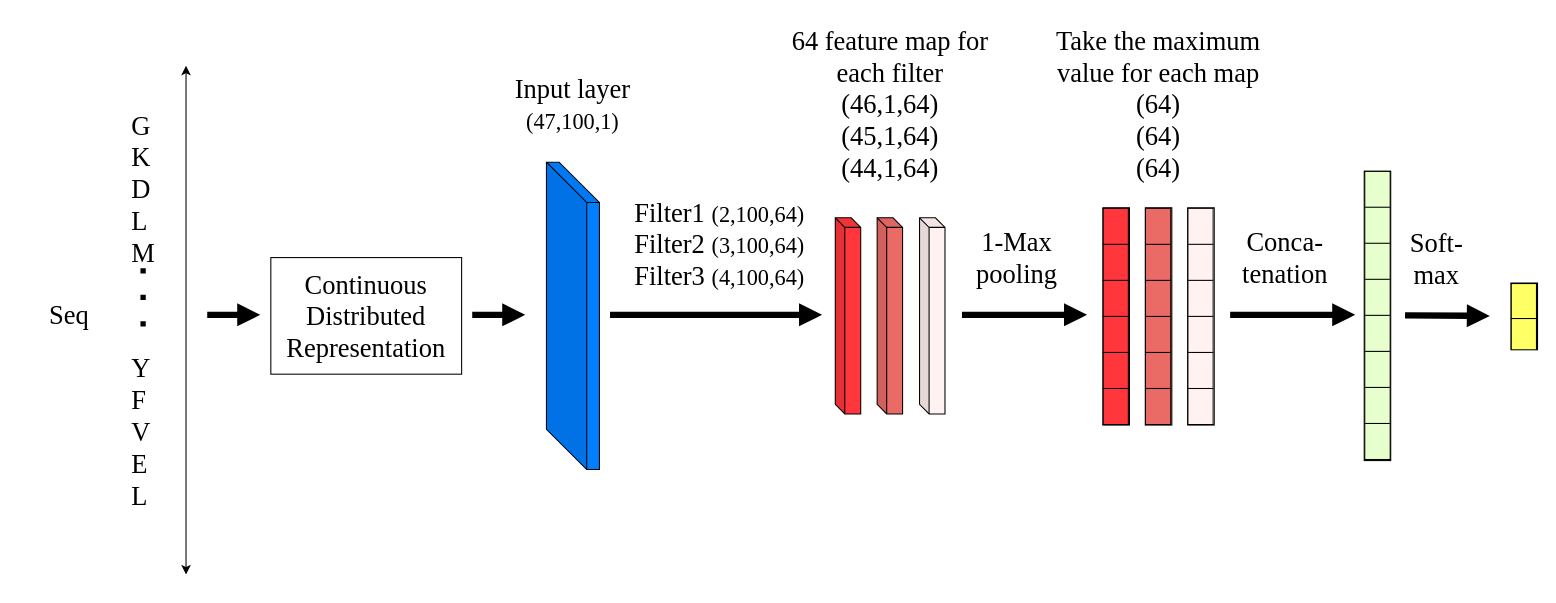
Earlier version of the draw.io diagram textcnn.drawio (chenjgui/Flow-chat). Source tidied: cells renumbered, new cells numbered last; positions are measured from the earlier drawing's top-left corner, leaving out a move shared by most shapes. Both pictures are drawn from the tidied source at 106%, with x=0, y=0 at pixel (37, 19).
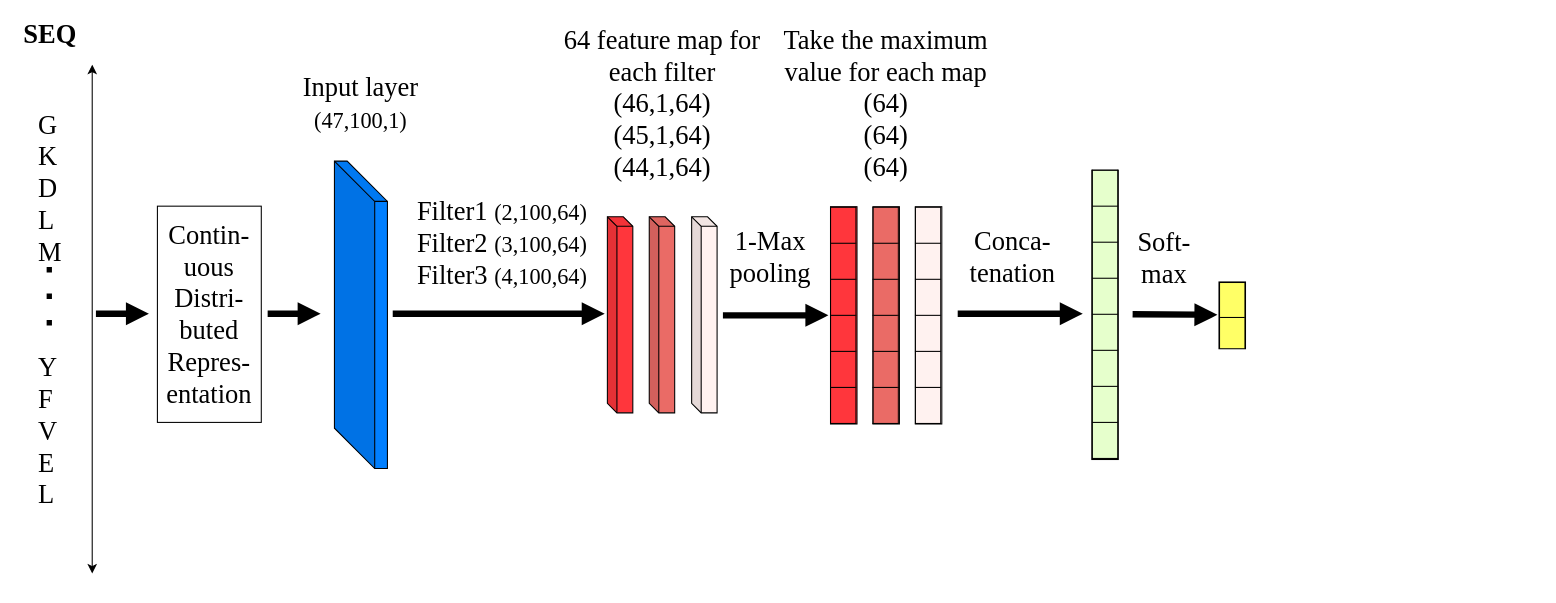
The same page after the edit.

What changed in the source:
```diff
@@
     <mxCell id="2" style="endArrow=classic;startArrow=classic;html=1;fontFamily=Times New Roman;" parent="1" edge="1">
       <mxGeometry relative="1" as="geometry">
-        <mxPoint x="140" y="523.5" as="sourcePoint" />
-        <mxPoint x="140" y="43.5" as="targetPoint" />
+        <mxPoint x="51.5" y="522.5" as="sourcePoint" />
+        <mxPoint x="51.5" y="42.5" as="targetPoint" />
       </mxGeometry>
     </mxCell>
-    <mxCell id="3" value="&lt;span&gt;&lt;font style=&quot;font-size: 25px&quot;&gt;Seq&lt;/font&gt;&lt;/span&gt;" style="text;html=1;strokeColor=none;fillColor=none;align=center;verticalAlign=middle;whiteSpace=wrap;rounded=0;fontFamily=Times New Roman;" parent="1" vertex="1">
-      <mxGeometry y="263.5" width="60" height="30" as="geometry" />
+    <mxCell id="3" value="&lt;span&gt;&lt;font style=&quot;font-size: 25px&quot;&gt;&lt;b&gt;SEQ&lt;/b&gt;&lt;/font&gt;&lt;/span&gt;" style="text;html=1;strokeColor=none;fillColor=none;align=center;verticalAlign=middle;whiteSpace=wrap;rounded=0;fontFamily=Times New Roman;" parent="1" vertex="1">
+      <mxGeometry x="-18.5" y="-1.5" width="60" height="30" as="geometry" />
     </mxCell>
     <mxCell id="4" value="&lt;div style=&quot;text-align: left ; font-size: 25px&quot;&gt;&lt;font style=&quot;font-size: 25px&quot;&gt;G&lt;/font&gt;&lt;/div&gt;&lt;div style=&quot;text-align: left ; font-size: 25px&quot;&gt;&lt;span&gt;&lt;font style=&quot;font-size: 25px&quot;&gt;K&lt;/font&gt;&lt;/span&gt;&lt;/div&gt;&lt;div style=&quot;text-align: left ; font-size: 25px&quot;&gt;&lt;span&gt;&lt;font style=&quot;font-size: 25px&quot;&gt;D&lt;/font&gt;&lt;/span&gt;&lt;/div&gt;&lt;div style=&quot;text-align: left ; font-size: 25px&quot;&gt;&lt;span&gt;&lt;font style=&quot;font-size: 25px&quot;&gt;L&lt;/font&gt;&lt;/span&gt;&lt;/div&gt;&lt;div style=&quot;text-align: left ; font-size: 25px&quot;&gt;&lt;span&gt;&lt;font style=&quot;font-size: 25px&quot;&gt;M&lt;/font&gt;&lt;/span&gt;&lt;/div&gt;&lt;div style=&quot;text-align: center ; font-size: 22px&quot;&gt;&lt;br&gt;&lt;/div&gt;&lt;div style=&quot;text-align: center ; font-size: 22px&quot;&gt;&lt;br&gt;&lt;/div&gt;&lt;div style=&quot;text-align: center ; font-size: 22px&quot;&gt;&lt;br&gt;&lt;/div&gt;&lt;div style=&quot;text-align: left&quot;&gt;&lt;font size=&quot;1&quot;&gt;&lt;span style=&quot;font-size: 25px&quot;&gt;Y&lt;/span&gt;&lt;/font&gt;&lt;/div&gt;&lt;div style=&quot;text-align: left ; font-size: 25px&quot;&gt;&lt;span&gt;&lt;font style=&quot;font-size: 25px&quot;&gt;F&lt;/font&gt;&lt;/span&gt;&lt;/div&gt;&lt;div style=&quot;text-align: left ; font-size: 25px&quot;&gt;&lt;span&gt;&lt;font style=&quot;font-size: 25px&quot;&gt;V&lt;/font&gt;&lt;/span&gt;&lt;/div&gt;&lt;div style=&quot;text-align: left ; font-size: 25px&quot;&gt;&lt;span&gt;&lt;font style=&quot;font-size: 25px&quot;&gt;E&lt;/font&gt;&lt;/span&gt;&lt;/div&gt;&lt;div style=&quot;text-align: left ; font-size: 25px&quot;&gt;&lt;font style=&quot;font-size: 25px&quot;&gt;L&lt;/font&gt;&lt;/div&gt;" style="text;html=1;strokeColor=none;fillColor=none;align=center;verticalAlign=top;whiteSpace=wrap;rounded=0;horizontal=1;fontFamily=Times New Roman;" parent="1" vertex="1">
-      <mxGeometry x="80" y="78.5" width="40" height="400" as="geometry" />
+      <mxGeometry x="-8.5" y="77.5" width="40" height="400" as="geometry" />
     </mxCell>
     <mxCell id="5" style="endArrow=none;dashed=1;html=1;fontStyle=1;fontSize=25;strokeWidth=5;dashPattern=1 4;startSize=6;sourcePerimeterSpacing=0;targetPerimeterSpacing=0;jumpStyle=none;fontFamily=Times New Roman;" parent="1" edge="1">
       <mxGeometry relative="1" as="geometry">
-        <mxPoint x="99.5" y="289.5" as="sourcePoint" />
-        <mxPoint x="99.5" y="229.5" as="targetPoint" />
+        <mxPoint x="11" y="288.5" as="sourcePoint" />
+        <mxPoint x="11" y="228.5" as="targetPoint" />
       </mxGeometry>
     </mxCell>
     <mxCell id="6" style="endArrow=block;html=1;strokeWidth=6;fontSize=25;endFill=1;fontFamily=Times New Roman;" parent="1" edge="1">
       <mxGeometry relative="1" as="geometry">
-        <mxPoint x="160" y="278.5" as="sourcePoint" />
-        <mxPoint x="210" y="278.5" as="targetPoint" />
+        <mxPoint x="55" y="277.5" as="sourcePoint" />
+        <mxPoint x="105" y="277.5" as="targetPoint" />
       </mxGeometry>
     </mxCell>
     <mxCell id="7" style="group;fontFamily=Times New Roman;" parent="1" vertex="1">
-      <mxGeometry x="220" y="224.5" width="180" height="110" as="geometry" />
+      <mxGeometry x="113" y="176" width="98" height="204" as="geometry" />
     </mxCell>
     <mxCell id="8" style="rounded=0;whiteSpace=wrap;html=1;fontSize=25;align=center;fontFamily=Times New Roman;" parent="7" vertex="1">
-      <mxGeometry width="180" height="110" as="geometry" />
+      <mxGeometry width="98" height="204" as="geometry" />
     </mxCell>
-    <mxCell id="9" value="&lt;font&gt;Continuous Distributed Representation&lt;/font&gt;" style="text;html=1;strokeColor=none;fillColor=none;align=center;verticalAlign=middle;whiteSpace=wrap;rounded=0;fontSize=25;fontFamily=Times New Roman;" parent="7" vertex="1">
-      <mxGeometry y="5" width="180" height="100" as="geometry" />
+    <mxCell id="9" value="&lt;font&gt;Contin-&lt;br&gt;uous &lt;br&gt;Distri-&lt;br&gt;buted &lt;br&gt;Repres-&lt;br&gt;entation&lt;/font&gt;" style="text;html=1;strokeColor=none;fillColor=none;align=center;verticalAlign=middle;whiteSpace=wrap;rounded=0;fontSize=25;fontFamily=Times New Roman;" parent="7" vertex="1">
+      <mxGeometry y="9.3" width="98" height="185.5" as="geometry" />
     </mxCell>
     <mxCell id="10" style="endArrow=block;html=1;strokeWidth=6;fontSize=25;endFill=1;fontFamily=Times New Roman;" parent="1" edge="1">
       <mxGeometry relative="1" as="geometry">
-        <mxPoint x="410" y="278.5" as="sourcePoint" />
-        <mxPoint x="460" y="278.5" as="targetPoint" />
+        <mxPoint x="217" y="277.5" as="sourcePoint" />
+        <mxPoint x="267" y="277.5" as="targetPoint" />
         <Array as="points">
-          <mxPoint x="430" y="278.5" />
+          <mxPoint x="237" y="277.5" />
         </Array>
       </mxGeometry>
     </mxCell>
     <mxCell id="11" style="shape=cube;whiteSpace=wrap;html=1;boundedLbl=1;backgroundOutline=1;darkOpacity=0.05;darkOpacity2=0.1;fontSize=25;align=center;size=38;fontFamily=Times New Roman;fontColor=#000000;fillColor=#007FFF;strokeColor=#000000;" parent="1" vertex="1">
-      <mxGeometry x="480" y="134.5" width="50" height="290" as="geometry" />
+      <mxGeometry x="280" y="133.5" width="50" height="290" as="geometry" />
     </mxCell>
     <mxCell id="12" value="&lt;font&gt;Input layer&lt;br&gt;&lt;font style=&quot;font-size: 21px&quot;&gt;(47,100,1)&lt;/font&gt;&lt;/font&gt;&lt;br&gt;" style="text;html=1;strokeColor=none;fillColor=none;align=center;verticalAlign=middle;whiteSpace=wrap;rounded=0;fontSize=25;fontFamily=Times New Roman;" parent="1" vertex="1">
-      <mxGeometry x="415" y="44.5" width="180" height="70" as="geometry" />
+      <mxGeometry x="215" y="43.5" width="180" height="70" as="geometry" />
     </mxCell>
     <mxCell id="13" style="endArrow=block;html=1;strokeWidth=6;fontSize=25;endFill=1;fontFamily=Times New Roman;" parent="1" edge="1">
       <mxGeometry relative="1" as="geometry">
-        <mxPoint x="540" y="278.5" as="sourcePoint" />
-        <mxPoint x="740" y="278.5" as="targetPoint" />
+        <mxPoint x="335" y="277.5" as="sourcePoint" />
+        <mxPoint x="535" y="277.5" as="targetPoint" />
         <Array as="points">
-          <mxPoint x="540" y="278.5" />
+          <mxPoint x="335" y="277.5" />
         </Array>
       </mxGeometry>
     </mxCell>
     <mxCell id="14" value="Filter1 &lt;font&gt;&lt;span style=&quot;font-size: 21px&quot;&gt;(2,100,64)&lt;/span&gt;&lt;br&gt;&lt;font style=&quot;font-size: 25px&quot;&gt;Filter2&amp;nbsp;&lt;/font&gt;&lt;span style=&quot;font-size: 21px&quot;&gt;(3,100,64)&lt;br&gt;&lt;/span&gt;Filter3&amp;nbsp;&lt;font style=&quot;font-size: 21px&quot;&gt;(4,100,64)&lt;/font&gt;&lt;br&gt;&lt;/font&gt;" style="text;html=1;strokeColor=none;fillColor=none;align=center;verticalAlign=middle;whiteSpace=wrap;rounded=0;fontFamily=Times New Roman;fontSize=25;" parent="1" vertex="1">
-      <mxGeometry x="540.5" y="169.5" width="205" height="85" as="geometry" />
+      <mxGeometry x="335.5" y="168.5" width="205" height="85" as="geometry" />
     </mxCell>
     <mxCell id="15" style="shape=cube;whiteSpace=wrap;html=1;boundedLbl=1;backgroundOutline=1;darkOpacity=0.05;darkOpacity2=0.1;fontSize=25;align=center;size=9;fontFamily=Times New Roman;fillColor=#FF363C;" parent="1" vertex="1">
-      <mxGeometry x="752.5" y="187" width="24" height="185" as="geometry" />
+      <mxGeometry x="537.5" y="186" width="24" height="185" as="geometry" />
     </mxCell>
     <mxCell id="16" style="shape=cube;whiteSpace=wrap;html=1;boundedLbl=1;backgroundOutline=1;darkOpacity=0.05;darkOpacity2=0.1;fontSize=25;align=center;size=9;fontFamily=Times New Roman;fillColor=#EA6B66;" parent="1" vertex="1">
-      <mxGeometry x="792" y="187" width="24" height="185" as="geometry" />
+      <mxGeometry x="577" y="186" width="24" height="185" as="geometry" />
     </mxCell>
     <mxCell id="17" style="shape=cube;whiteSpace=wrap;html=1;boundedLbl=1;backgroundOutline=1;darkOpacity=0.05;darkOpacity2=0.1;fontSize=25;align=center;size=9;fontFamily=Times New Roman;fillColor=#FFF2F0;" parent="1" vertex="1">
-      <mxGeometry x="832" y="187" width="24" height="185" as="geometry" />
+      <mxGeometry x="617" y="186" width="24" height="185" as="geometry" />
     </mxCell>
     <mxCell id="18" value="&lt;font&gt;64 feature map for each filter&lt;br&gt;(46,1,64)&lt;br&gt;(45,1,64)&lt;br&gt;(44,1,64)&lt;br&gt;&lt;/font&gt;" style="text;html=1;strokeColor=none;fillColor=none;align=center;verticalAlign=middle;whiteSpace=wrap;rounded=0;fontFamily=Times New Roman;fontSize=25;" parent="1" vertex="1">
-      <mxGeometry x="701.5" y="-0.5" width="205" height="160" as="geometry" />
+      <mxGeometry x="486.5" y="-1.5" width="205" height="160" as="geometry" />
     </mxCell>
     <mxCell id="19" style="endArrow=block;html=1;strokeWidth=6;fontSize=25;endFill=1;fontFamily=Times New Roman;" parent="1" edge="1">
       <mxGeometry relative="1" as="geometry">
-        <mxPoint x="872" y="278.5" as="sourcePoint" />
-        <mxPoint x="990" y="278.5" as="targetPoint" />
+        <mxPoint x="646.5" y="279" as="sourcePoint" />
+        <mxPoint x="746" y="279" as="targetPoint" />
         <Array as="points">
-          <mxPoint x="872" y="278.5" />
+          <mxPoint x="646.5" y="279" />
         </Array>
       </mxGeometry>
     </mxCell>
     <mxCell id="20" value="1-Max&lt;br&gt;pooling&lt;br&gt;" style="text;html=1;strokeColor=none;fillColor=none;align=center;verticalAlign=middle;whiteSpace=wrap;rounded=0;fontSize=25;fontFamily=Times New Roman;" parent="1" vertex="1">
-      <mxGeometry x="880" y="189.5" width="88" height="70" as="geometry" />
+      <mxGeometry x="651" y="188.5" width="81" height="70" as="geometry" />
     </mxCell>
     <mxCell id="21" value="&lt;table border=&quot;1&quot; width=&quot;100%&quot; style=&quot;width: 100% ; height: 100% ; border-collapse: collapse ; border: 1px solid rgb(0 , 0 , 0)&quot;&gt;&lt;tbody&gt;&lt;tr&gt;&lt;td align=&quot;center&quot;&gt;&lt;i&gt;&lt;b&gt;&lt;strike&gt;&lt;br&gt;&lt;/strike&gt;&lt;/b&gt;&lt;/i&gt;&lt;/td&gt;&lt;/tr&gt;&lt;tr&gt;&lt;td align=&quot;center&quot;&gt;&lt;i&gt;&lt;b&gt;&lt;strike&gt;&lt;br&gt;&lt;/strike&gt;&lt;/b&gt;&lt;/i&gt;&lt;/td&gt;&lt;/tr&gt;&lt;tr&gt;&lt;td&gt;&lt;i&gt;&lt;b&gt;&lt;strike&gt;&lt;br&gt;&lt;/strike&gt;&lt;/b&gt;&lt;/i&gt;&lt;/td&gt;&lt;/tr&gt;&lt;tr&gt;&lt;td&gt;&lt;i&gt;&lt;b&gt;&lt;strike&gt;&lt;br&gt;&lt;/strike&gt;&lt;/b&gt;&lt;/i&gt;&lt;/td&gt;&lt;/tr&gt;&lt;tr&gt;&lt;td&gt;&lt;i&gt;&lt;b&gt;&lt;strike&gt;&lt;br&gt;&lt;/strike&gt;&lt;/b&gt;&lt;/i&gt;&lt;/td&gt;&lt;/tr&gt;&lt;tr&gt;&lt;td align=&quot;center&quot;&gt;&lt;i&gt;&lt;b&gt;&lt;strike&gt;&lt;br&gt;&lt;/strike&gt;&lt;/b&gt;&lt;/i&gt;&lt;/td&gt;&lt;/tr&gt;&lt;/tbody&gt;&lt;/table&gt;" style="text;html=1;strokeColor=#000000;fillColor=#FF363C;overflow=fill;fontFamily=Times New Roman;fontSize=25;fontColor=#000000;align=center;arcSize=12;imageHeight=24;imageWidth=24;imageAlign=left;imageAspect=1;absoluteArcSize=0;fillOpacity=100;noLabel=0;labelPadding=0;strokeWidth=1;perimeterSpacing=0;" parent="1" vertex="1">
-      <mxGeometry x="1005" y="177.5" width="25" height="205" as="geometry" />
+      <mxGeometry x="748" y="176.5" width="25" height="205" as="geometry" />
     </mxCell>
     <mxCell id="22" value="&lt;table border=&quot;1&quot; width=&quot;100%&quot; style=&quot;width: 100% ; height: 100% ; border-collapse: collapse ; border: 1px solid rgb(0 , 0 , 0)&quot;&gt;&lt;tbody&gt;&lt;tr&gt;&lt;td align=&quot;center&quot;&gt;&lt;i&gt;&lt;b&gt;&lt;strike&gt;&lt;br&gt;&lt;/strike&gt;&lt;/b&gt;&lt;/i&gt;&lt;/td&gt;&lt;/tr&gt;&lt;tr&gt;&lt;td align=&quot;center&quot;&gt;&lt;i&gt;&lt;b&gt;&lt;strike&gt;&lt;br&gt;&lt;/strike&gt;&lt;/b&gt;&lt;/i&gt;&lt;/td&gt;&lt;/tr&gt;&lt;tr&gt;&lt;td&gt;&lt;i&gt;&lt;b&gt;&lt;strike&gt;&lt;br&gt;&lt;/strike&gt;&lt;/b&gt;&lt;/i&gt;&lt;/td&gt;&lt;/tr&gt;&lt;tr&gt;&lt;td&gt;&lt;i&gt;&lt;b&gt;&lt;strike&gt;&lt;br&gt;&lt;/strike&gt;&lt;/b&gt;&lt;/i&gt;&lt;/td&gt;&lt;/tr&gt;&lt;tr&gt;&lt;td&gt;&lt;i&gt;&lt;b&gt;&lt;strike&gt;&lt;br&gt;&lt;/strike&gt;&lt;/b&gt;&lt;/i&gt;&lt;/td&gt;&lt;/tr&gt;&lt;tr&gt;&lt;td align=&quot;center&quot;&gt;&lt;i&gt;&lt;b&gt;&lt;strike&gt;&lt;br&gt;&lt;/strike&gt;&lt;/b&gt;&lt;/i&gt;&lt;/td&gt;&lt;/tr&gt;&lt;/tbody&gt;&lt;/table&gt;" style="text;html=1;strokeColor=#000000;fillColor=#EA6B66;overflow=fill;fontFamily=Times New Roman;fontSize=25;fontColor=#000000;align=center;arcSize=12;imageHeight=24;imageWidth=24;imageAlign=left;imageAspect=1;absoluteArcSize=0;fillOpacity=100;noLabel=0;labelPadding=0;strokeWidth=1;perimeterSpacing=0;" parent="1" vertex="1">
-      <mxGeometry x="1045" y="177.5" width="25" height="205" as="geometry" />
+      <mxGeometry x="788" y="176.5" width="25" height="205" as="geometry" />
     </mxCell>
     <mxCell id="23" value="&lt;table border=&quot;1&quot; width=&quot;100%&quot; style=&quot;width: 100% ; height: 100% ; border-collapse: collapse ; border: 1px solid rgb(0 , 0 , 0)&quot;&gt;&lt;tbody&gt;&lt;tr&gt;&lt;td align=&quot;center&quot;&gt;&lt;i&gt;&lt;b&gt;&lt;strike&gt;&lt;br&gt;&lt;/strike&gt;&lt;/b&gt;&lt;/i&gt;&lt;/td&gt;&lt;/tr&gt;&lt;tr&gt;&lt;td align=&quot;center&quot;&gt;&lt;i&gt;&lt;b&gt;&lt;strike&gt;&lt;br&gt;&lt;/strike&gt;&lt;/b&gt;&lt;/i&gt;&lt;/td&gt;&lt;/tr&gt;&lt;tr&gt;&lt;td&gt;&lt;i&gt;&lt;b&gt;&lt;strike&gt;&lt;br&gt;&lt;/strike&gt;&lt;/b&gt;&lt;/i&gt;&lt;/td&gt;&lt;/tr&gt;&lt;tr&gt;&lt;td&gt;&lt;i&gt;&lt;b&gt;&lt;strike&gt;&lt;br&gt;&lt;/strike&gt;&lt;/b&gt;&lt;/i&gt;&lt;/td&gt;&lt;/tr&gt;&lt;tr&gt;&lt;td&gt;&lt;i&gt;&lt;b&gt;&lt;strike&gt;&lt;br&gt;&lt;/strike&gt;&lt;/b&gt;&lt;/i&gt;&lt;/td&gt;&lt;/tr&gt;&lt;tr&gt;&lt;td align=&quot;center&quot;&gt;&lt;i&gt;&lt;b&gt;&lt;strike&gt;&lt;br&gt;&lt;/strike&gt;&lt;/b&gt;&lt;/i&gt;&lt;/td&gt;&lt;/tr&gt;&lt;/tbody&gt;&lt;/table&gt;" style="text;html=1;strokeColor=#000000;fillColor=#FFF2F0;overflow=fill;fontFamily=Times New Roman;fontSize=25;fontColor=#000000;align=center;arcSize=12;imageHeight=24;imageWidth=24;imageAlign=left;imageAspect=1;absoluteArcSize=0;fillOpacity=100;noLabel=0;labelPadding=0;strokeWidth=1;perimeterSpacing=0;" parent="1" vertex="1">
-      <mxGeometry x="1085" y="177.5" width="25" height="205" as="geometry" />
+      <mxGeometry x="828" y="176.5" width="25" height="205" as="geometry" />
     </mxCell>
     <mxCell id="24" value="&lt;font&gt;Take the maximum value for each map&lt;br&gt;(64)&lt;br&gt;(64)&lt;br&gt;(64)&lt;br&gt;&lt;/font&gt;" style="text;html=1;strokeColor=none;fillColor=none;align=center;verticalAlign=middle;whiteSpace=wrap;rounded=0;fontFamily=Times New Roman;fontSize=25;" parent="1" vertex="1">
-      <mxGeometry x="955" y="-0.5" width="205" height="160" as="geometry" />
+      <mxGeometry x="698" y="-1.5" width="205" height="160" as="geometry" />
     </mxCell>
     <mxCell id="25" style="endArrow=block;html=1;strokeWidth=6;fontSize=25;endFill=1;fontFamily=Times New Roman;" parent="1" edge="1">
       <mxGeometry relative="1" as="geometry">
-        <mxPoint x="1125" y="278.5" as="sourcePoint" />
-        <mxPoint x="1243" y="278.5" as="targetPoint" />
+        <mxPoint x="868" y="277.5" as="sourcePoint" />
+        <mxPoint x="986" y="277.5" as="targetPoint" />
         <Array as="points">
-          <mxPoint x="1125" y="278.5" />
+          <mxPoint x="868" y="277.5" />
         </Array>
       </mxGeometry>
     </mxCell>
     <mxCell id="26" value="Conca-&lt;br&gt;tenation&lt;br&gt;" style="text;html=1;strokeColor=none;fillColor=none;align=center;verticalAlign=middle;whiteSpace=wrap;rounded=0;fontSize=25;fontFamily=Times New Roman;" parent="1" vertex="1">
-      <mxGeometry x="1133" y="189.5" width="88" height="70" as="geometry" />
+      <mxGeometry x="876" y="188.5" width="88" height="70" as="geometry" />
     </mxCell>
     <mxCell id="27" value="&lt;table border=&quot;1&quot; width=&quot;100%&quot; style=&quot;width: 100% ; height: 100% ; border-collapse: collapse ; border: 1px solid rgb(0 , 0 , 0)&quot;&gt;&lt;tbody&gt;&lt;tr&gt;&lt;td align=&quot;center&quot;&gt;&lt;i&gt;&lt;b&gt;&lt;strike style=&quot;background-color: rgb(234 , 107 , 102)&quot;&gt;&lt;br&gt;&lt;/strike&gt;&lt;/b&gt;&lt;/i&gt;&lt;/td&gt;&lt;/tr&gt;&lt;tr&gt;&lt;td align=&quot;center&quot;&gt;&lt;i&gt;&lt;b&gt;&lt;strike style=&quot;background-color: rgb(234 , 107 , 102)&quot;&gt;&lt;br&gt;&lt;/strike&gt;&lt;/b&gt;&lt;/i&gt;&lt;/td&gt;&lt;/tr&gt;&lt;tr&gt;&lt;td&gt;&lt;br&gt;&lt;/td&gt;&lt;/tr&gt;&lt;tr&gt;&lt;td&gt;&lt;br&gt;&lt;/td&gt;&lt;/tr&gt;&lt;tr&gt;&lt;td&gt;&lt;i&gt;&lt;b&gt;&lt;strike&gt;&lt;br&gt;&lt;/strike&gt;&lt;/b&gt;&lt;/i&gt;&lt;/td&gt;&lt;/tr&gt;&lt;tr&gt;&lt;td&gt;&lt;i&gt;&lt;b&gt;&lt;strike&gt;&lt;br&gt;&lt;/strike&gt;&lt;/b&gt;&lt;/i&gt;&lt;/td&gt;&lt;/tr&gt;&lt;tr&gt;&lt;td&gt;&lt;i&gt;&lt;b&gt;&lt;strike&gt;&lt;br&gt;&lt;/strike&gt;&lt;/b&gt;&lt;/i&gt;&lt;/td&gt;&lt;/tr&gt;&lt;tr&gt;&lt;td align=&quot;center&quot;&gt;&lt;i&gt;&lt;b&gt;&lt;strike&gt;&lt;br&gt;&lt;/strike&gt;&lt;/b&gt;&lt;/i&gt;&lt;/td&gt;&lt;/tr&gt;&lt;/tbody&gt;&lt;/table&gt;" style="text;html=1;strokeColor=#000000;fillColor=#E6FFCC;overflow=fill;fontFamily=Times New Roman;fontSize=25;fontColor=#000000;align=center;arcSize=12;imageHeight=24;imageWidth=24;imageAlign=left;imageAspect=1;absoluteArcSize=0;fillOpacity=100;noLabel=0;labelPadding=0;strokeWidth=1;perimeterSpacing=0;" parent="1" vertex="1">
-      <mxGeometry x="1251.5" y="143" width="25" height="273" as="geometry" />
+      <mxGeometry x="994.5" y="142" width="25" height="273" as="geometry" />
     </mxCell>
     <mxCell id="28" style="endArrow=block;html=1;strokeWidth=6;fontSize=25;endFill=1;fontFamily=Times New Roman;" parent="1" edge="1">
       <mxGeometry relative="1" as="geometry">
-        <mxPoint x="1290" y="279" as="sourcePoint" />
-        <mxPoint x="1370" y="279.5" as="targetPoint" />
+        <mxPoint x="1033" y="278" as="sourcePoint" />
+        <mxPoint x="1113" y="278.5" as="targetPoint" />
         <Array as="points">
-          <mxPoint x="1290" y="279" />
+          <mxPoint x="1033" y="278" />
         </Array>
       </mxGeometry>
     </mxCell>
     <mxCell id="29" value="Soft-&lt;br&gt;max&lt;br&gt;" style="text;html=1;strokeColor=none;fillColor=none;align=center;verticalAlign=middle;whiteSpace=wrap;rounded=0;fontSize=25;fontFamily=Times New Roman;" parent="1" vertex="1">
-      <mxGeometry x="1294" y="190.5" width="52" height="70" as="geometry" />
+      <mxGeometry x="1037" y="189.5" width="52" height="70" as="geometry" />
     </mxCell>
     <mxCell id="30" value="&lt;table border=&quot;1&quot; width=&quot;100%&quot; style=&quot;width: 100% ; height: 100% ; border-collapse: collapse ; border: 1px solid rgb(0 , 0 , 0)&quot;&gt;&lt;tbody&gt;&lt;tr&gt;&lt;td align=&quot;center&quot;&gt;&lt;i&gt;&lt;b&gt;&lt;strike&gt;&lt;br&gt;&lt;/strike&gt;&lt;/b&gt;&lt;/i&gt;&lt;/td&gt;&lt;/tr&gt;&lt;tr&gt;&lt;td align=&quot;center&quot;&gt;&lt;i&gt;&lt;b&gt;&lt;strike&gt;&lt;br&gt;&lt;/strike&gt;&lt;/b&gt;&lt;/i&gt;&lt;/td&gt;&lt;/tr&gt;&lt;/tbody&gt;&lt;/table&gt;" style="text;html=1;strokeColor=#000000;fillColor=#FFFF66;overflow=fill;fontFamily=Times New Roman;fontSize=25;fontColor=#000000;align=center;arcSize=12;imageHeight=24;imageWidth=24;imageAlign=left;imageAspect=1;absoluteArcSize=0;fillOpacity=100;noLabel=0;labelPadding=0;strokeWidth=1;perimeterSpacing=0;" parent="1" vertex="1">
-      <mxGeometry x="1390" y="248.5" width="25" height="63" as="geometry" />
+      <mxGeometry x="1114.5" y="247.5" width="25" height="63" as="geometry" />
     </mxCell>
```
